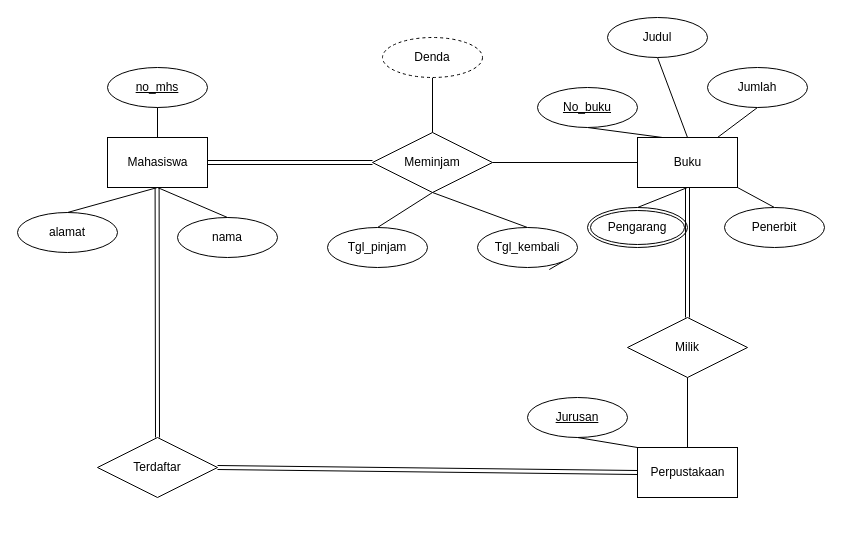
rizkanfirmansyah/diagram_algoritma keeps this draw.io diagram as Database Diagram.drawio. Above is the earlier version. Source tidied: cells renumbered, new cells numbered last; positions are measured from the earlier drawing's top-left corner, leaving out a move shared by most shapes. Both pictures are drawn from the tidied source at 100%, with x=0, y=0 at pixel (17, 17).
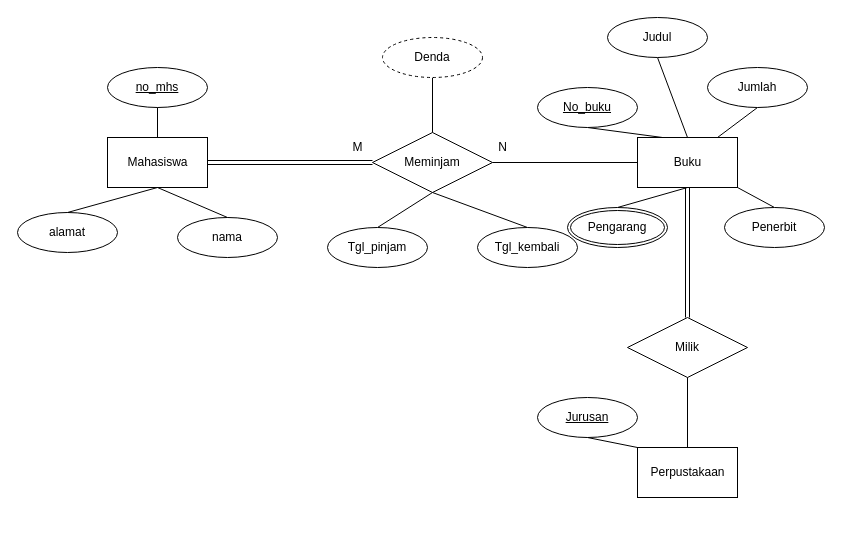
The same page after the edit.

Unchanged cells that the change refers to:
```xml
<mxCell id="22" value="Tgl_kembali" style="ellipse;whiteSpace=wrap;html=1;align=center;" parent="1" vertex="1">
  <mxGeometry x="460" y="210" width="100" height="40" as="geometry" />
</mxCell>
<mxCell id="25" style="html=1;dashed=0;whitespace=wrap;" parent="24" vertex="1">
  <mxGeometry width="100" height="50" as="geometry" />
</mxCell>
```

The edit, as a diff of the source:
```diff
@@
-    <mxCell id="23" style="edgeStyle=none;rounded=0;orthogonalLoop=1;jettySize=auto;html=1;exitX=1;exitY=1;exitDx=0;exitDy=0;entryX=0.718;entryY=1.051;entryDx=0;entryDy=0;entryPerimeter=0;endArrow=none;endFill=0;" parent="1" edge="1" source="22" target="22">
-      <mxGeometry relative="1" as="geometry" />
-    </mxCell>
@@
     <mxCell id="28" value="Pengarang" style="ellipse;shape=doubleEllipse;margin=3;whiteSpace=wrap;html=1;align=center;" parent="1" vertex="1">
-      <mxGeometry x="570" y="190" width="100" height="40" as="geometry" />
+      <mxGeometry x="550" y="190" width="100" height="40" as="geometry" />
     </mxCell>
@@
     <mxCell id="40" value="Jurusan" style="ellipse;whiteSpace=wrap;html=1;align=center;fontStyle=4;" parent="1" vertex="1">
-      <mxGeometry x="510" y="380" width="100" height="40" as="geometry" />
+      <mxGeometry x="520" y="380" width="100" height="40" as="geometry" />
     </mxCell>
@@
-    <mxCell id="42" style="edgeStyle=none;shape=link;rounded=0;jettySize=auto;html=1;exitX=0.5;exitY=0;exitDx=0;exitDy=0;endArrow=none;endFill=0;" parent="1" edge="1" source="44">
-      <mxGeometry relative="1" as="geometry">
-        <mxPoint x="139.6" y="170" as="targetPoint" />
-      </mxGeometry>
-    </mxCell>
-    <mxCell id="43" style="edgeStyle=none;shape=link;rounded=0;jettySize=auto;html=1;exitX=1;exitY=0.5;exitDx=0;exitDy=0;entryX=0;entryY=0.5;entryDx=0;entryDy=0;endArrow=none;endFill=0;" parent="1" edge="1" source="44" target="25">
-      <mxGeometry relative="1" as="geometry" />
-    </mxCell>
-    <mxCell id="44" value="Terdaftar" style="shape=rhombus;perimeter=rhombusPerimeter;whiteSpace=wrap;html=1;align=center;" parent="1" vertex="1">
-      <mxGeometry x="80" y="420" width="120" height="60" as="geometry" />
-    </mxCell>
+    <mxCell id="45" value="M" style="text;html=1;align=center;verticalAlign=middle;strokeColor=none;fillColor=none;" parent="1" vertex="1">
+      <mxGeometry x="325" y="120" width="30" height="20" as="geometry" />
+    </mxCell>
+    <mxCell id="46" value="N" style="text;html=1;align=center;verticalAlign=middle;strokeColor=none;fillColor=none;" parent="1" vertex="1">
+      <mxGeometry x="475" y="120" width="20" height="20" as="geometry" />
+    </mxCell>
```
